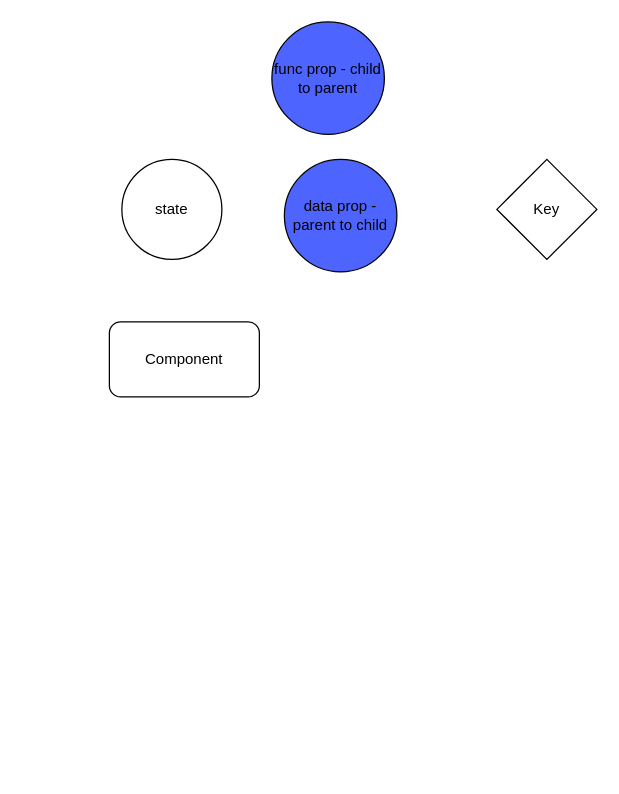
Above: My Articles/react/React General.drawio in anbarasan-raji/books (draw.io), before the change. Source tidied: cells renumbered, new cells numbered last; positions are measured from the earlier drawing's top-left corner, leaving out a move shared by most shapes. Both pictures are drawn from the tidied source at 125%, with x=0, y=0 at pixel (109, 21).
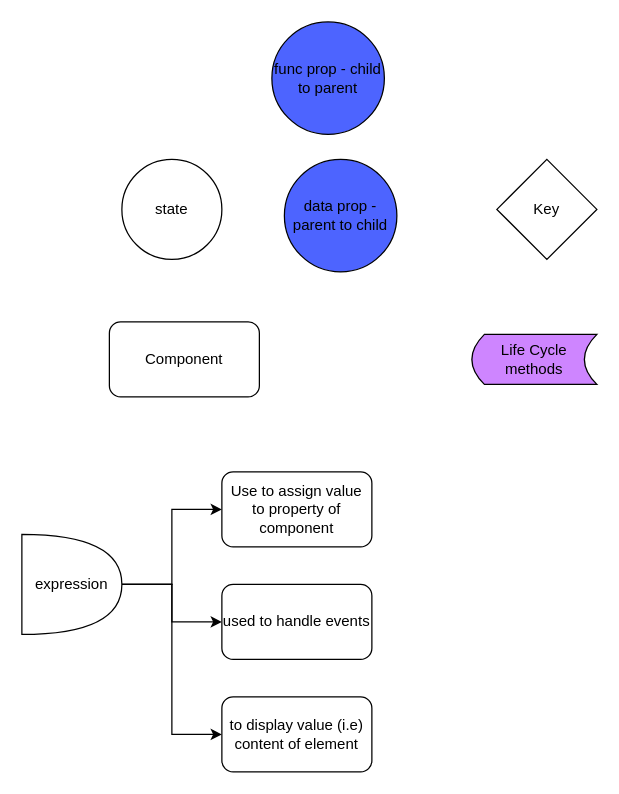
The same diagram, later.

The edit, as a diff of the source:
```diff
@@
 <mxGraphModel>
   <root>
     <mxCell id="0" />
     <mxCell id="1" parent="0" />
     <mxCell id="2" value="state" style="ellipse;whiteSpace=wrap;html=1;" parent="1" vertex="1">
       <mxGeometry x="10" y="110" width="80" height="80" as="geometry" />
     </mxCell>
     <mxCell id="3" value="data prop - parent to child" style="ellipse;whiteSpace=wrap;html=1;fillColor=#4D64FF;" parent="1" vertex="1">
       <mxGeometry x="140" y="110" width="90" height="90" as="geometry" />
     </mxCell>
     <mxCell id="4" value="Key" style="rhombus;whiteSpace=wrap;html=1;" parent="1" vertex="1">
       <mxGeometry x="310" y="110" width="80" height="80" as="geometry" />
     </mxCell>
     <mxCell id="5" value="Component" style="rounded=1;whiteSpace=wrap;html=1;" parent="1" vertex="1">
       <mxGeometry y="240" width="120" height="60" as="geometry" />
     </mxCell>
     <mxCell id="6" value="func prop - child to parent" style="ellipse;whiteSpace=wrap;html=1;fillColor=#4D64FF;" parent="1" vertex="1">
       <mxGeometry x="130" width="90" height="90" as="geometry" />
     </mxCell>
+    <mxCell id="7" value="Life Cycle methods" style="shape=dataStorage;whiteSpace=wrap;html=1;fillColor=#CE85FF;" parent="1" vertex="1">
+      <mxGeometry x="290" y="250" width="100" height="40" as="geometry" />
+    </mxCell>
+    <mxCell id="8" style="edgeStyle=orthogonalEdgeStyle;rounded=0;jettySize=auto;html=1;entryX=0;entryY=0.5;entryDx=0;entryDy=0;" parent="1" edge="1" source="11" target="12">
+      <mxGeometry relative="1" as="geometry" />
+    </mxCell>
+    <mxCell id="9" style="edgeStyle=orthogonalEdgeStyle;rounded=0;jettySize=auto;html=1;entryX=0;entryY=0.5;entryDx=0;entryDy=0;" parent="1" edge="1" source="11" target="13">
+      <mxGeometry relative="1" as="geometry" />
+    </mxCell>
+    <mxCell id="10" style="edgeStyle=orthogonalEdgeStyle;rounded=0;jettySize=auto;html=1;entryX=0;entryY=0.5;entryDx=0;entryDy=0;" parent="1" edge="1" source="11" target="14">
+      <mxGeometry relative="1" as="geometry" />
+    </mxCell>
+    <mxCell id="11" value="expression" style="shape=or;whiteSpace=wrap;html=1;" parent="1" vertex="1">
+      <mxGeometry x="-70" y="410" width="80" height="80" as="geometry" />
+    </mxCell>
+    <mxCell id="12" value="Use to assign value to property of component" style="rounded=1;whiteSpace=wrap;html=1;" parent="1" vertex="1">
+      <mxGeometry x="90" y="360" width="120" height="60" as="geometry" />
+    </mxCell>
+    <mxCell id="13" value="used to handle events" style="rounded=1;whiteSpace=wrap;html=1;" parent="1" vertex="1">
+      <mxGeometry x="90" y="450" width="120" height="60" as="geometry" />
+    </mxCell>
+    <mxCell id="14" value="to display value (i.e) content of element" style="rounded=1;whiteSpace=wrap;html=1;" parent="1" vertex="1">
+      <mxGeometry x="90" y="540" width="120" height="60" as="geometry" />
+    </mxCell>
   </root>
 </mxGraphModel>
```
